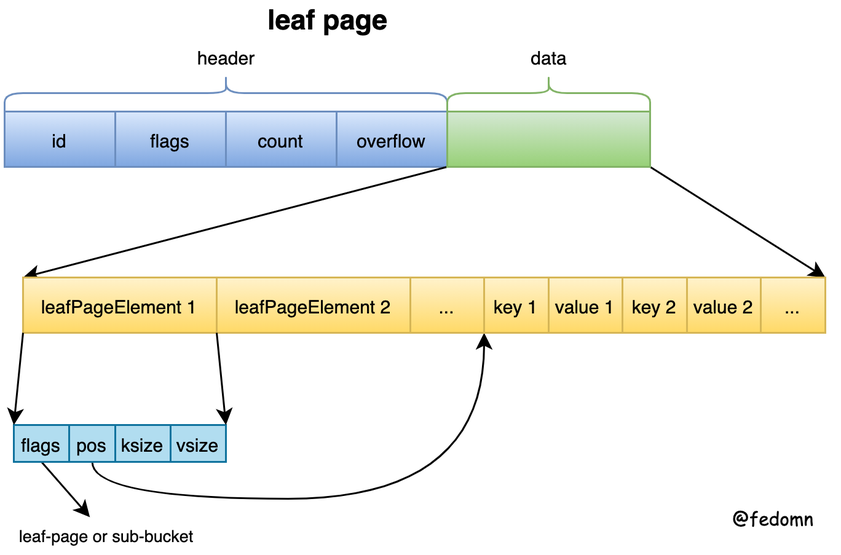
Before: boltdb-leaf-page-layout.png, a diagram exported from draw.io (Fedomn/misc-blog-assets). Source tidied: cells renumbered, new cells last; positions are measured from the earlier drawing's top-left corner, leaving out a move shared by most shapes.
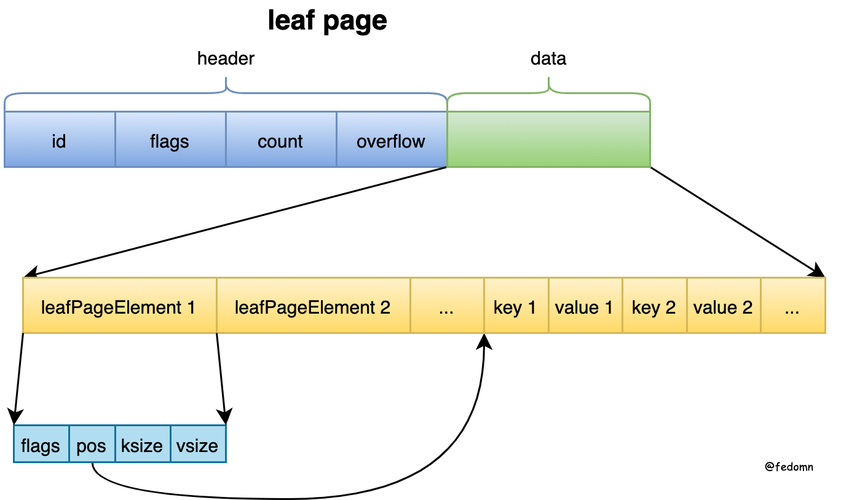
Later version of the same file.

What changed in the source:
```diff
@@ -17,7 +17,7 @@
     <mxCell id="6" style="rounded=0;jettySize=auto;html=1;exitX=0;exitY=1;exitDx=0;exitDy=0;entryX=0;entryY=0;entryDx=0;entryDy=0;fontFamily=Helvetica;fontSize=9;" parent="1" edge="1" source="8" target="15">
       <mxGeometry relative="1" as="geometry" />
     </mxCell>
-    <mxCell id="7" style="edgeStyle=none;rounded=0;jettySize=auto;html=1;exitX=1;exitY=1;exitDx=0;exitDy=0;entryX=1;entryY=0;entryDx=0;entryDy=0;fontFamily=Helvetica;fontSize=9;" parent="1" edge="1" source="8" target="25">
+    <mxCell id="7" style="edgeStyle=none;rounded=0;jettySize=auto;html=1;exitX=1;exitY=1;exitDx=0;exitDy=0;entryX=1;entryY=0;entryDx=0;entryDy=0;fontFamily=Helvetica;fontSize=9;" parent="1" edge="1" source="8" target="24">
       <mxGeometry relative="1" as="geometry" />
     </mxCell>
     <mxCell id="8" style="whiteSpace=wrap;html=1;fontFamily=Helvetica;fontSize=10;align=center;fontStyle=0;fillColor=#d5e8d4;strokeColor=#82b366;gradientColor=#97d077;" parent="1" vertex="1">
@@ -35,8 +35,8 @@
     <mxCell id="12" value="data" style="text;html=1;align=center;verticalAlign=middle;fillColor=none;strokeColor=none;rounded=0;fontFamily=Helvetica;fontSize=10;" parent="1" vertex="1">
       <mxGeometry x="280" y="90" width="30" height="20" as="geometry" />
     </mxCell>
-    <mxCell id="13" value="@fedomn" style="text;html=1;align=right;verticalAlign=middle;fillColor=none;strokeColor=none;rounded=0;fontStyle=0;fontFamily=Comic Sans MS;fontSize=10;" parent="1" vertex="1">
-      <mxGeometry x="380" y="340" width="60" height="20" as="geometry" />
+    <mxCell id="13" value="&lt;font style=&quot;font-size: 5px&quot;&gt;@fedomn&lt;/font&gt;" style="text;html=1;align=right;verticalAlign=middle;fillColor=none;strokeColor=none;rounded=0;fontStyle=0;fontFamily=Comic Sans MS;fontSize=10;" parent="1" vertex="1">
+      <mxGeometry x="400" y="310" width="40" height="20" as="geometry" />
     </mxCell>
     <mxCell id="14" value="&lt;b&gt;&lt;font style=&quot;font-size: 15px&quot;&gt;leaf page&lt;/font&gt;&lt;/b&gt;" style="text;html=1;align=center;verticalAlign=middle;fillColor=none;strokeColor=none;rounded=0;fontFamily=Helvetica;fontSize=10;" parent="1" vertex="1">
       <mxGeometry x="135" y="70" width="80" height="20" as="geometry" />
@@ -47,7 +47,7 @@
     <mxCell id="16" value="&lt;font&gt;key 1&lt;/font&gt;" style="whiteSpace=wrap;html=1;fontFamily=Helvetica;fontSize=10;align=center;fontStyle=0;fillColor=#fff2cc;strokeColor=#d6b656;gradientColor=#ffd966;" parent="1" vertex="1">
       <mxGeometry x="260" y="220" width="35" height="30" as="geometry" />
     </mxCell>
-    <mxCell id="17" style="edgeStyle=orthogonalEdgeStyle;rounded=0;jettySize=auto;html=1;fontFamily=Helvetica;fontSize=9;curved=1;entryX=0;entryY=1;entryDx=0;entryDy=0;exitX=0.5;exitY=1;exitDx=0;exitDy=0;" parent="1" edge="1" source="30" target="16">
+    <mxCell id="17" style="edgeStyle=orthogonalEdgeStyle;rounded=0;jettySize=auto;html=1;fontFamily=Helvetica;fontSize=9;curved=1;entryX=0;entryY=1;entryDx=0;entryDy=0;exitX=0.5;exitY=1;exitDx=0;exitDy=0;" parent="1" edge="1" source="29" target="16">
       <mxGeometry relative="1" as="geometry">
         <Array as="points">
           <mxPoint x="48" y="340" />
@@ -55,47 +55,41 @@
         </Array>
       </mxGeometry>
     </mxCell>
-    <mxCell id="18" style="rounded=0;jettySize=auto;html=1;fontFamily=Helvetica;fontSize=9;exitX=0.5;exitY=1;exitDx=0;exitDy=0;" parent="1" edge="1" source="19" target="31">
-      <mxGeometry relative="1" as="geometry" />
+    <mxCell id="18" value="&lt;font&gt;flags&lt;/font&gt;" style="whiteSpace=wrap;html=1;fontFamily=Helvetica;fontSize=10;align=center;fontStyle=0;fillColor=#b1ddf0;strokeColor=#10739e;" parent="1" vertex="1">
+      <mxGeometry x="5" y="300" width="30" height="20" as="geometry" />
     </mxCell>
-    <mxCell id="19" value="&lt;font&gt;flags&lt;/font&gt;" style="whiteSpace=wrap;html=1;fontFamily=Helvetica;fontSize=10;align=center;fontStyle=0;fillColor=#b1ddf0;strokeColor=#10739e;" parent="1" vertex="1">
-      <mxGeometry x="5" y="300" width="30" height="20" as="geometry" />
+    <mxCell id="19" value="&lt;font&gt;vsize&lt;/font&gt;" style="whiteSpace=wrap;html=1;fontFamily=Helvetica;fontSize=10;align=center;fontStyle=0;fillColor=#b1ddf0;strokeColor=#10739e;" parent="1" vertex="1">
+      <mxGeometry x="90" y="300" width="30" height="20" as="geometry" />
     </mxCell>
-    <mxCell id="20" value="&lt;font&gt;vsize&lt;/font&gt;" style="whiteSpace=wrap;html=1;fontFamily=Helvetica;fontSize=10;align=center;fontStyle=0;fillColor=#b1ddf0;strokeColor=#10739e;" parent="1" vertex="1">
-      <mxGeometry x="90" y="300" width="30" height="20" as="geometry" />
+    <mxCell id="20" value="&lt;font&gt;ksize&lt;/font&gt;" style="whiteSpace=wrap;html=1;fontFamily=Helvetica;fontSize=10;align=center;fontStyle=0;fillColor=#b1ddf0;strokeColor=#10739e;" parent="1" vertex="1">
+      <mxGeometry x="60" y="300" width="30" height="20" as="geometry" />
     </mxCell>
-    <mxCell id="21" value="&lt;font&gt;ksize&lt;/font&gt;" style="whiteSpace=wrap;html=1;fontFamily=Helvetica;fontSize=10;align=center;fontStyle=0;fillColor=#b1ddf0;strokeColor=#10739e;" parent="1" vertex="1">
-      <mxGeometry x="60" y="300" width="30" height="20" as="geometry" />
+    <mxCell id="21" value="&lt;font&gt;leafPageElement 2&lt;/font&gt;" style="whiteSpace=wrap;html=1;fontFamily=Helvetica;fontSize=10;align=center;fontStyle=0;fillColor=#fff2cc;strokeColor=#d6b656;gradientColor=#ffd966;" parent="1" vertex="1">
+      <mxGeometry x="115" y="220" width="105" height="30" as="geometry" />
     </mxCell>
-    <mxCell id="22" value="&lt;font&gt;leafPageElement 2&lt;/font&gt;" style="whiteSpace=wrap;html=1;fontFamily=Helvetica;fontSize=10;align=center;fontStyle=0;fillColor=#fff2cc;strokeColor=#d6b656;gradientColor=#ffd966;" parent="1" vertex="1">
-      <mxGeometry x="115" y="220" width="105" height="30" as="geometry" />
+    <mxCell id="22" value="&lt;font&gt;...&lt;/font&gt;" style="whiteSpace=wrap;html=1;fontFamily=Helvetica;fontSize=10;align=center;fontStyle=0;fillColor=#fff2cc;strokeColor=#d6b656;gradientColor=#ffd966;" parent="1" vertex="1">
+      <mxGeometry x="220" y="220" width="40" height="30" as="geometry" />
     </mxCell>
-    <mxCell id="23" value="&lt;font&gt;...&lt;/font&gt;" style="whiteSpace=wrap;html=1;fontFamily=Helvetica;fontSize=10;align=center;fontStyle=0;fillColor=#fff2cc;strokeColor=#d6b656;gradientColor=#ffd966;" parent="1" vertex="1">
-      <mxGeometry x="220" y="220" width="40" height="30" as="geometry" />
+    <mxCell id="23" value="&lt;font&gt;value 1&lt;/font&gt;" style="whiteSpace=wrap;html=1;fontFamily=Helvetica;fontSize=10;align=center;fontStyle=0;fillColor=#fff2cc;strokeColor=#d6b656;gradientColor=#ffd966;" parent="1" vertex="1">
+      <mxGeometry x="295" y="220" width="40" height="30" as="geometry" />
     </mxCell>
-    <mxCell id="24" value="&lt;font&gt;value 1&lt;/font&gt;" style="whiteSpace=wrap;html=1;fontFamily=Helvetica;fontSize=10;align=center;fontStyle=0;fillColor=#fff2cc;strokeColor=#d6b656;gradientColor=#ffd966;" parent="1" vertex="1">
-      <mxGeometry x="295" y="220" width="40" height="30" as="geometry" />
+    <mxCell id="24" value="&lt;font&gt;...&lt;/font&gt;" style="whiteSpace=wrap;html=1;fontFamily=Helvetica;fontSize=10;align=center;fontStyle=0;fillColor=#fff2cc;strokeColor=#d6b656;gradientColor=#ffd966;" parent="1" vertex="1">
+      <mxGeometry x="410" y="220" width="35" height="30" as="geometry" />
     </mxCell>
-    <mxCell id="25" value="&lt;font&gt;...&lt;/font&gt;" style="whiteSpace=wrap;html=1;fontFamily=Helvetica;fontSize=10;align=center;fontStyle=0;fillColor=#fff2cc;strokeColor=#d6b656;gradientColor=#ffd966;" parent="1" vertex="1">
-      <mxGeometry x="410" y="220" width="35" height="30" as="geometry" />
+    <mxCell id="25" style="rounded=0;jettySize=auto;html=1;exitX=0;exitY=1;exitDx=0;exitDy=0;entryX=0;entryY=0;entryDx=0;entryDy=0;fontFamily=Helvetica;fontSize=9;" parent="1" edge="1" source="15" target="18">
+      <mxGeometry relative="1" as="geometry" />
     </mxCell>
-    <mxCell id="26" style="rounded=0;jettySize=auto;html=1;exitX=0;exitY=1;exitDx=0;exitDy=0;entryX=0;entryY=0;entryDx=0;entryDy=0;fontFamily=Helvetica;fontSize=9;" parent="1" edge="1" source="15" target="19">
+    <mxCell id="26" style="rounded=0;jettySize=auto;html=1;exitX=0;exitY=1;exitDx=0;exitDy=0;entryX=1;entryY=0;entryDx=0;entryDy=0;fontFamily=Helvetica;fontSize=9;" parent="1" edge="1" source="21" target="19">
       <mxGeometry relative="1" as="geometry" />
     </mxCell>
-    <mxCell id="27" style="rounded=0;jettySize=auto;html=1;exitX=0;exitY=1;exitDx=0;exitDy=0;entryX=1;entryY=0;entryDx=0;entryDy=0;fontFamily=Helvetica;fontSize=9;" parent="1" edge="1" source="22" target="20">
-      <mxGeometry relative="1" as="geometry" />
+    <mxCell id="27" value="&lt;font&gt;key 2&lt;/font&gt;" style="whiteSpace=wrap;html=1;fontFamily=Helvetica;fontSize=10;align=center;fontStyle=0;fillColor=#fff2cc;strokeColor=#d6b656;gradientColor=#ffd966;" parent="1" vertex="1">
+      <mxGeometry x="335" y="220" width="35" height="30" as="geometry" />
     </mxCell>
-    <mxCell id="28" value="&lt;font&gt;key 2&lt;/font&gt;" style="whiteSpace=wrap;html=1;fontFamily=Helvetica;fontSize=10;align=center;fontStyle=0;fillColor=#fff2cc;strokeColor=#d6b656;gradientColor=#ffd966;" parent="1" vertex="1">
-      <mxGeometry x="335" y="220" width="35" height="30" as="geometry" />
+    <mxCell id="28" value="&lt;font&gt;value 2&lt;/font&gt;" style="whiteSpace=wrap;html=1;fontFamily=Helvetica;fontSize=10;align=center;fontStyle=0;fillColor=#fff2cc;strokeColor=#d6b656;gradientColor=#ffd966;" parent="1" vertex="1">
+      <mxGeometry x="370" y="220" width="40" height="30" as="geometry" />
     </mxCell>
-    <mxCell id="29" value="&lt;font&gt;value 2&lt;/font&gt;" style="whiteSpace=wrap;html=1;fontFamily=Helvetica;fontSize=10;align=center;fontStyle=0;fillColor=#fff2cc;strokeColor=#d6b656;gradientColor=#ffd966;" parent="1" vertex="1">
-      <mxGeometry x="370" y="220" width="40" height="30" as="geometry" />
+    <mxCell id="29" value="&lt;font&gt;pos&lt;/font&gt;" style="whiteSpace=wrap;html=1;fontFamily=Helvetica;fontSize=10;align=center;fontStyle=0;fillColor=#b1ddf0;strokeColor=#10739e;" parent="1" vertex="1">
+      <mxGeometry x="35" y="300" width="25" height="20" as="geometry" />
     </mxCell>
-    <mxCell id="30" value="&lt;font&gt;pos&lt;/font&gt;" style="whiteSpace=wrap;html=1;fontFamily=Helvetica;fontSize=10;align=center;fontStyle=0;fillColor=#b1ddf0;strokeColor=#10739e;" parent="1" vertex="1">
-      <mxGeometry x="35" y="300" width="25" height="20" as="geometry" />
-    </mxCell>
-    <mxCell id="31" value="leaf-page or sub-bucket" style="text;html=1;align=center;verticalAlign=middle;points=[];fillColor=none;strokeColor=none;rounded=0;fontFamily=Helvetica;fontSize=9;" parent="1" vertex="1">
-      <mxGeometry y="350" width="110" height="20" as="geometry" />
-    </mxCell>
   </root>
 </mxGraphModel>
```
